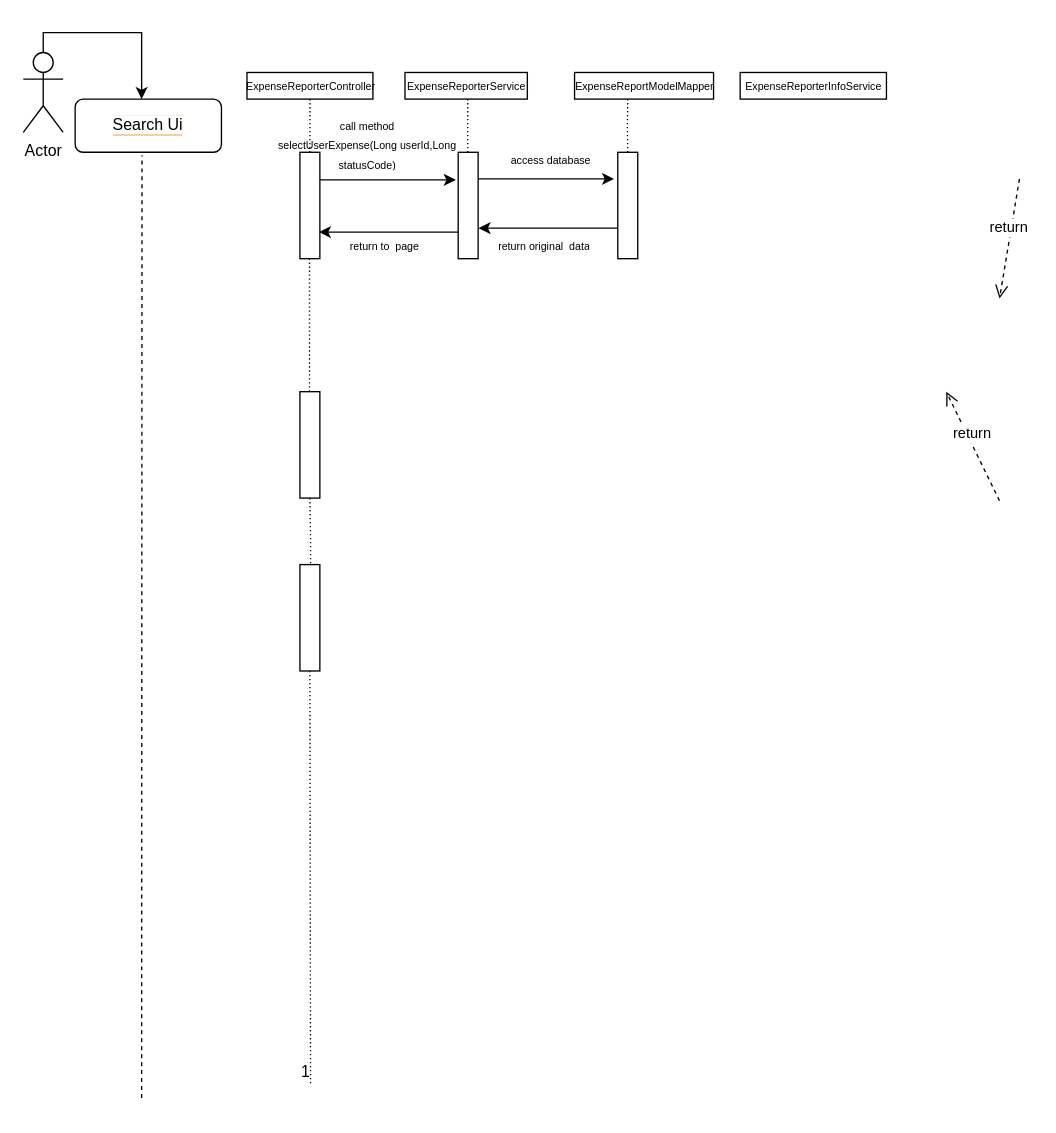
Steven-Chuang-Yuan/task keeps this draw.io diagram as Sequence Diagram.drawio. Above is the earlier version. Source tidied: cells renumbered, new cells numbered last; positions are measured from the earlier drawing's top-left corner, leaving out a move shared by most shapes. Both pictures are drawn from the tidied source at 133%, with x=0, y=0 at pixel (23, 32).
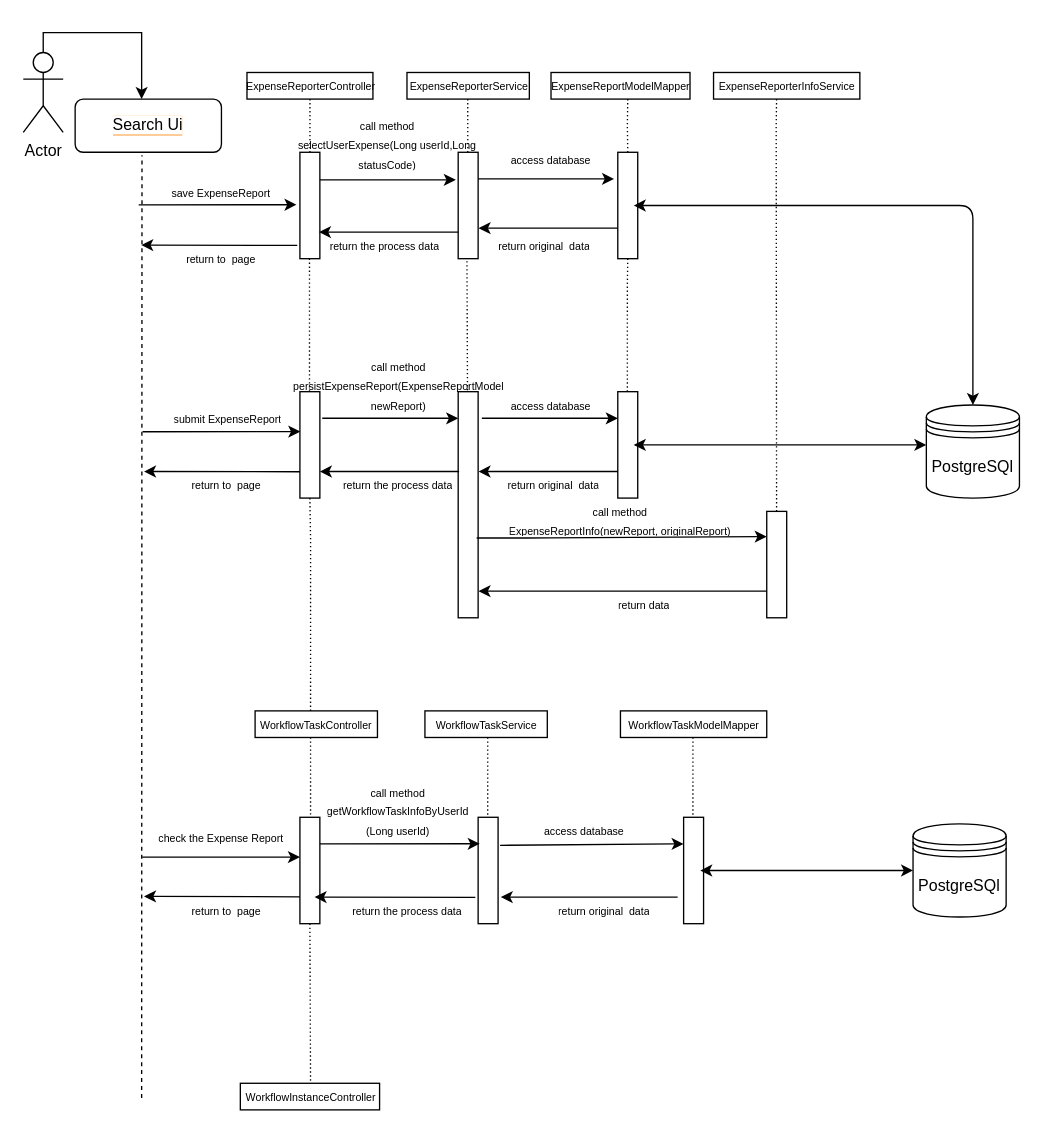
Above is the later version.

The change refers to these unchanged cells:
```xml
<mxCell id="7" style="endArrow=none;html=1;rounded=0;dashed=1;dashPattern=1 2;exitX=0.5;exitY=1;exitDx=0;exitDy=0;" parent="1" edge="1" source="14">
  <mxGeometry relative="1" as="geometry">
    <mxPoint x="216" y="790" as="targetPoint" />
  </mxGeometry>
</mxCell>
<mxCell id="19" style="points=[];perimeter=orthogonalPerimeter;rounded=0;shadow=0;strokeWidth=1;" parent="1" vertex="1">
  <mxGeometry x="208" y="90" width="15" height="80" as="geometry" />
</mxCell>
<mxCell id="25" style="points=[];perimeter=orthogonalPerimeter;rounded=0;shadow=0;strokeWidth=1;" parent="1" vertex="1">
  <mxGeometry x="327" y="90" width="15" height="80" as="geometry" />
</mxCell>
<mxCell id="29" style="points=[];perimeter=orthogonalPerimeter;rounded=0;shadow=0;strokeWidth=1;" parent="1" vertex="1">
  <mxGeometry x="447" y="90" width="15" height="80" as="geometry" />
</mxCell>
```

Change to the diagram source:
```diff
@@
-    <mxCell id="2" value="return" style="verticalAlign=bottom;endArrow=open;dashed=1;endSize=8;exitX=0;exitY=0.95;shadow=0;strokeWidth=1;" parent="1" edge="1">
-      <mxGeometry relative="1" as="geometry">
-        <mxPoint x="734" y="352" as="sourcePoint" />
-        <mxPoint x="694" y="270" as="targetPoint" />
-      </mxGeometry>
-    </mxCell>
-    <mxCell id="3" value="return" style="verticalAlign=bottom;endArrow=open;dashed=1;endSize=8;shadow=0;strokeWidth=1;" parent="1" edge="1">
-      <mxGeometry relative="1" as="geometry">
-        <mxPoint x="749" y="110" as="sourcePoint" />
-        <mxPoint x="734" y="200" as="targetPoint" />
-      </mxGeometry>
-    </mxCell>
@@
     <mxCell id="5" value="&lt;font style=&quot;font-size: 8px&quot;&gt;ExpenseReporterService&lt;/font&gt;" style="html=1;" parent="1" vertex="1">
-      <mxGeometry x="287" y="30" width="92" height="20" as="geometry" />
+      <mxGeometry x="288.5" y="30" width="92" height="20" as="geometry" />
     </mxCell>
     <mxCell id="6" value="&lt;font style=&quot;font-size: 8px&quot;&gt;ExpenseReportModelMapper&lt;/font&gt;" style="html=1;" parent="1" vertex="1">
-      <mxGeometry x="414.5" y="30" width="104.5" height="20" as="geometry" />
+      <mxGeometry x="396.8" y="30" width="104.5" height="20" as="geometry" />
     </mxCell>
@@
-    <mxCell id="8" value="1" style="html=1;align=right;verticalAlign=bottom;" parent="7" vertex="1">
+    <mxCell id="8" style="html=1;align=right;verticalAlign=bottom;" parent="7" vertex="1">
       <mxGeometry x="1" relative="1" as="geometry" />
     </mxCell>
@@
     <mxCell id="14" style="points=[];perimeter=orthogonalPerimeter;rounded=0;shadow=0;strokeWidth=1;" parent="1" vertex="1">
-      <mxGeometry x="208" y="400" width="15" height="80" as="geometry" />
+      <mxGeometry x="208" y="590" width="15" height="80" as="geometry" />
     </mxCell>
@@
     <mxCell id="22" value="&lt;font style=&quot;font-size: 8px&quot;&gt;ExpenseReporterInfoService&lt;/font&gt;" style="html=1;" parent="1" vertex="1">
-      <mxGeometry x="539" y="30" width="110" height="20" as="geometry" />
+      <mxGeometry x="519" y="30" width="110" height="20" as="geometry" />
     </mxCell>
@@
     <mxCell id="33" value="&lt;div&gt;&lt;font style=&quot;font-size: 8px&quot;&gt;call method &lt;br&gt;&lt;/font&gt;&lt;/div&gt;&lt;div&gt;&lt;font style=&quot;font-size: 8px&quot;&gt;selectUserExpense(Long userId,Long statusCode)&lt;/font&gt;&lt;/div&gt;" style="text;html=1;strokeColor=none;fillColor=none;align=center;verticalAlign=middle;whiteSpace=wrap;overflow=hidden;" parent="1" vertex="1">
-      <mxGeometry x="174.3" y="60" width="170" height="45" as="geometry" />
+      <mxGeometry x="189" y="60" width="170" height="45" as="geometry" />
     </mxCell>
@@
-    <mxCell id="38" value="&lt;font style=&quot;font-size: 8px&quot;&gt;return to&amp;nbsp; page&lt;br&gt;&lt;/font&gt;" style="text;html=1;strokeColor=none;fillColor=none;align=center;verticalAlign=middle;whiteSpace=wrap;overflow=hidden;" parent="1" vertex="1">
+    <mxCell id="38" value="&lt;font style=&quot;font-size: 8px&quot;&gt;return the process data&lt;br&gt;&lt;/font&gt;" style="text;html=1;strokeColor=none;fillColor=none;align=center;verticalAlign=middle;whiteSpace=wrap;overflow=hidden;" parent="1" vertex="1">
       <mxGeometry x="217" y="150" width="110" height="20" as="geometry" />
     </mxCell>
+    <mxCell id="39" style="points=[];perimeter=orthogonalPerimeter;rounded=0;shadow=0;strokeWidth=1;" parent="1" vertex="1">
+      <mxGeometry x="327" y="270" width="15" height="170" as="geometry" />
+    </mxCell>
+    <mxCell id="40" style="endArrow=classic;html=1;entryX=-0.12;entryY=0.259;entryDx=0;entryDy=0;entryPerimeter=0;" parent="1" edge="1">
+      <mxGeometry relative="1" as="geometry">
+        <mxPoint x="224.8" y="290" as="sourcePoint" />
+        <mxPoint x="327" y="290" as="targetPoint" />
+      </mxGeometry>
+    </mxCell>
+    <mxCell id="41" value="&lt;font style=&quot;font-size: 8px&quot;&gt;call method &lt;br&gt;persistExpenseReport(ExpenseReportModel newReport)&lt;/font&gt;" style="text;html=1;strokeColor=none;fillColor=none;align=center;verticalAlign=middle;whiteSpace=wrap;overflow=hidden;" parent="1" vertex="1">
+      <mxGeometry x="199" y="240" width="167" height="50" as="geometry" />
+    </mxCell>
+    <mxCell id="42" style="endArrow=none;html=1;rounded=0;dashed=1;dashPattern=1 2;exitX=0.44;exitY=1.024;exitDx=0;exitDy=0;exitPerimeter=0;entryX=0.467;entryY=0;entryDx=0;entryDy=0;entryPerimeter=0;" parent="1" edge="1" source="25" target="39">
+      <mxGeometry relative="1" as="geometry" />
+    </mxCell>
+    <mxCell id="43" style="html=1;align=right;verticalAlign=bottom;" parent="42" vertex="1">
+      <mxGeometry x="1" relative="1" as="geometry" />
+    </mxCell>
+    <mxCell id="44" style="endArrow=classic;html=1;entryX=1.022;entryY=0.713;entryDx=0;entryDy=0;entryPerimeter=0;exitX=0;exitY=0.713;exitDx=0;exitDy=0;exitPerimeter=0;" parent="1" edge="1">
+      <mxGeometry relative="1" as="geometry">
+        <mxPoint x="327.7" y="330" as="sourcePoint" />
+        <mxPoint x="223" y="330" as="targetPoint" />
+      </mxGeometry>
+    </mxCell>
+    <mxCell id="45" style="points=[];perimeter=orthogonalPerimeter;rounded=0;shadow=0;strokeWidth=1;" parent="1" vertex="1">
+      <mxGeometry x="447" y="270" width="15" height="80" as="geometry" />
+    </mxCell>
+    <mxCell id="46" style="endArrow=none;html=1;rounded=0;dashed=1;dashPattern=1 2;" parent="1" edge="1" target="45">
+      <mxGeometry relative="1" as="geometry">
+        <mxPoint x="454.5" y="170" as="sourcePoint" />
+        <Array as="points">
+          <mxPoint x="454.2" y="190" />
+        </Array>
+      </mxGeometry>
+    </mxCell>
+    <mxCell id="47" style="html=1;align=right;verticalAlign=bottom;" parent="46" vertex="1">
+      <mxGeometry x="1" relative="1" as="geometry" />
+    </mxCell>
+    <mxCell id="48" value="&lt;font style=&quot;font-size: 8px&quot;&gt;access database&lt;/font&gt;" style="text;html=1;strokeColor=none;fillColor=none;align=center;verticalAlign=middle;whiteSpace=wrap;overflow=hidden;" parent="1" vertex="1">
+      <mxGeometry x="357" y="270" width="80" height="20" as="geometry" />
+    </mxCell>
+    <mxCell id="49" style="endArrow=classic;html=1;entryX=-0.12;entryY=0.259;entryDx=0;entryDy=0;entryPerimeter=0;" parent="1" edge="1">
+      <mxGeometry relative="1" as="geometry">
+        <mxPoint x="344.8" y="290" as="sourcePoint" />
+        <mxPoint x="447" y="290" as="targetPoint" />
+        <Array as="points">
+          <mxPoint x="364.8" y="290" />
+          <mxPoint x="389.8" y="290" />
+        </Array>
+      </mxGeometry>
+    </mxCell>
+    <mxCell id="50" style="endArrow=classic;html=1;entryX=1.022;entryY=0.713;entryDx=0;entryDy=0;entryPerimeter=0;exitX=0;exitY=0.713;exitDx=0;exitDy=0;exitPerimeter=0;" parent="1" edge="1">
+      <mxGeometry relative="1" as="geometry">
+        <mxPoint x="447" y="330" as="sourcePoint" />
+        <mxPoint x="342.3" y="330" as="targetPoint" />
+      </mxGeometry>
+    </mxCell>
+    <mxCell id="51" value="&lt;font style=&quot;font-size: 8px&quot;&gt;return original&amp;nbsp; data&lt;/font&gt;" style="text;html=1;strokeColor=none;fillColor=none;align=center;verticalAlign=middle;whiteSpace=wrap;overflow=hidden;" parent="1" vertex="1">
+      <mxGeometry x="344.3" y="330" width="110" height="20" as="geometry" />
+    </mxCell>
+    <mxCell id="52" style="endArrow=none;html=1;rounded=0;dashed=1;dashPattern=1 2;exitX=0.5;exitY=1;exitDx=0;exitDy=0;" parent="1" edge="1">
+      <mxGeometry relative="1" as="geometry">
+        <mxPoint x="566.4" y="50" as="sourcePoint" />
+        <mxPoint x="566.4" y="360" as="targetPoint" />
+        <Array as="points">
+          <mxPoint x="566.1" y="70" />
+        </Array>
+      </mxGeometry>
+    </mxCell>
+    <mxCell id="53" style="html=1;align=right;verticalAlign=bottom;" parent="52" vertex="1">
+      <mxGeometry x="1" relative="1" as="geometry" />
+    </mxCell>
+    <mxCell id="54" style="perimeter=orthogonalPerimeter;rounded=0;shadow=0;strokeWidth=1;" parent="1" vertex="1">
+      <mxGeometry x="559" y="360" width="15" height="80" as="geometry" />
+    </mxCell>
+    <mxCell id="55" style="endArrow=classic;html=1;" parent="1" edge="1">
+      <mxGeometry relative="1" as="geometry">
+        <mxPoint x="340.9" y="380" as="sourcePoint" />
+        <mxPoint x="559" y="379" as="targetPoint" />
+        <Array as="points">
+          <mxPoint x="360.9" y="380" />
+          <mxPoint x="385.9" y="380" />
+        </Array>
+      </mxGeometry>
+    </mxCell>
+    <mxCell id="56" value="&lt;font style=&quot;font-size: 8px&quot;&gt;call method&lt;br&gt;ExpenseReportInfo(newReport, originalReport)&lt;/font&gt;" style="text;html=1;strokeColor=none;fillColor=none;align=center;verticalAlign=middle;whiteSpace=wrap;overflow=hidden;" parent="1" vertex="1">
+      <mxGeometry x="359" y="350" width="180" height="30" as="geometry" />
+    </mxCell>
+    <mxCell id="57" style="endArrow=classic;html=1;entryX=1.022;entryY=0.713;entryDx=0;entryDy=0;entryPerimeter=0;" parent="1" edge="1">
+      <mxGeometry relative="1" as="geometry">
+        <mxPoint x="559" y="420" as="sourcePoint" />
+        <mxPoint x="342.3" y="420" as="targetPoint" />
+      </mxGeometry>
+    </mxCell>
+    <mxCell id="58" value="&lt;font style=&quot;font-size: 8px&quot;&gt;return data&lt;/font&gt;" style="text;html=1;strokeColor=none;fillColor=none;align=center;verticalAlign=middle;whiteSpace=wrap;overflow=hidden;" parent="1" vertex="1">
+      <mxGeometry x="425.8" y="420" width="82" height="20" as="geometry" />
+    </mxCell>
+    <mxCell id="59" value="PostgreSQl" style="shape=datastore;whiteSpace=wrap;html=1;" parent="1" vertex="1">
+      <mxGeometry x="679" y="280" width="70" height="70" as="geometry" />
+    </mxCell>
+    <mxCell id="60" style="endArrow=classic;startArrow=classic;html=1;exitX=0.8;exitY=0.5;exitDx=0;exitDy=0;exitPerimeter=0;entryX=0.5;entryY=0;entryDx=0;entryDy=0;" parent="1" edge="1" source="29" target="59">
+      <mxGeometry relative="1" as="geometry">
+        <Array as="points">
+          <mxPoint x="714" y="130" />
+        </Array>
+      </mxGeometry>
+    </mxCell>
+    <mxCell id="61" style="endArrow=classic;startArrow=classic;html=1;entryX=0.8;entryY=0.5;entryDx=0;entryDy=0;entryPerimeter=0;exitX=0;exitY=0.429;exitDx=0;exitDy=0;exitPerimeter=0;" parent="1" edge="1" source="59" target="45">
+      <mxGeometry relative="1" as="geometry" />
+    </mxCell>
+    <mxCell id="62" value="&lt;span style=&quot;font-size: 8px&quot;&gt;WorkflowTaskController&lt;/span&gt;" style="html=1;" parent="1" vertex="1">
+      <mxGeometry x="174.3" y="510" width="92" height="20" as="geometry" />
+    </mxCell>
+    <mxCell id="63" value="&lt;span style=&quot;font-size: 8px&quot;&gt;WorkflowTaskService&lt;/span&gt;" style="html=1;" parent="1" vertex="1">
+      <mxGeometry x="302" y="510" width="92" height="20" as="geometry" />
+    </mxCell>
+    <mxCell id="64" value="&lt;font style=&quot;font-size: 8px&quot;&gt;call method&lt;br&gt;getWorkflowTaskInfoByUserId&lt;br&gt;(Long userId)&lt;/font&gt;" style="text;html=1;strokeColor=none;fillColor=none;align=center;verticalAlign=middle;whiteSpace=wrap;overflow=hidden;" parent="1" vertex="1">
+      <mxGeometry x="193.4" y="560" width="178.2" height="50" as="geometry" />
+    </mxCell>
+    <mxCell id="65" value="&lt;font style=&quot;font-size: 8px&quot;&gt;return to&amp;nbsp; page&lt;br&gt;&lt;/font&gt;" style="text;html=1;strokeColor=none;fillColor=none;align=center;verticalAlign=middle;whiteSpace=wrap;overflow=hidden;" parent="1" vertex="1">
+      <mxGeometry x="94" y="160" width="110" height="20" as="geometry" />
+    </mxCell>
+    <mxCell id="66" style="endArrow=classic;html=1;entryX=0.733;entryY=0.75;entryDx=0;entryDy=0;entryPerimeter=0;exitX=-0.14;exitY=0.753;exitDx=0;exitDy=0;exitPerimeter=0;" parent="1" edge="1" source="67" target="14">
+      <mxGeometry relative="1" as="geometry" />
+    </mxCell>
+    <mxCell id="67" style="points=[];perimeter=orthogonalPerimeter;rounded=0;shadow=0;strokeWidth=1;" parent="1" vertex="1">
+      <mxGeometry x="342" y="590" width="15" height="80" as="geometry" />
+    </mxCell>
+    <mxCell id="68" style="endArrow=classic;html=1;entryX=0.08;entryY=0.249;entryDx=0;entryDy=0;entryPerimeter=0;" parent="1" edge="1" target="67">
+      <mxGeometry relative="1" as="geometry">
+        <mxPoint x="223" y="610" as="sourcePoint" />
+      </mxGeometry>
+    </mxCell>
+    <mxCell id="69" style="endArrow=none;html=1;rounded=0;dashed=1;dashPattern=1 2;exitX=0.44;exitY=1.024;exitDx=0;exitDy=0;exitPerimeter=0;" parent="1" edge="1" target="67">
+      <mxGeometry relative="1" as="geometry">
+        <mxPoint x="349.2" y="530" as="sourcePoint" />
+      </mxGeometry>
+    </mxCell>
+    <mxCell id="70" style="html=1;align=right;verticalAlign=bottom;" parent="69" vertex="1">
+      <mxGeometry x="1" relative="1" as="geometry" />
+    </mxCell>
+    <mxCell id="71" value="&lt;span style=&quot;font-size: 8px&quot;&gt;WorkflowTaskModelMapper&lt;/span&gt;" style="html=1;" parent="1" vertex="1">
+      <mxGeometry x="449" y="510" width="110" height="20" as="geometry" />
+    </mxCell>
+    <mxCell id="72" style="perimeter=orthogonalPerimeter;rounded=0;shadow=0;strokeWidth=1;" parent="1" vertex="1">
+      <mxGeometry x="496.5" y="590" width="15" height="80" as="geometry" />
+    </mxCell>
+    <mxCell id="73" style="endArrow=none;html=1;rounded=0;dashed=1;dashPattern=1 2;exitX=0.44;exitY=1.024;exitDx=0;exitDy=0;exitPerimeter=0;" parent="1" edge="1">
+      <mxGeometry relative="1" as="geometry">
+        <mxPoint x="503.5" y="530" as="sourcePoint" />
+        <mxPoint x="503.5" y="590" as="targetPoint" />
+      </mxGeometry>
+    </mxCell>
+    <mxCell id="74" style="html=1;align=right;verticalAlign=bottom;" parent="73" vertex="1">
+      <mxGeometry x="1" relative="1" as="geometry" />
+    </mxCell>
+    <mxCell id="75" style="endArrow=classic;html=1;" parent="1" edge="1">
+      <mxGeometry relative="1" as="geometry">
+        <mxPoint x="358.5" y="611.1" as="sourcePoint" />
+        <mxPoint x="496.5" y="610" as="targetPoint" />
+      </mxGeometry>
+    </mxCell>
+    <mxCell id="76" value="&lt;font style=&quot;font-size: 8px&quot;&gt;access database&lt;/font&gt;" style="text;html=1;strokeColor=none;fillColor=none;align=center;verticalAlign=middle;whiteSpace=wrap;overflow=hidden;" parent="1" vertex="1">
+      <mxGeometry x="382" y="590" width="80" height="20" as="geometry" />
+    </mxCell>
+    <mxCell id="77" value="&lt;font style=&quot;font-size: 8px&quot;&gt;return original&amp;nbsp; data&lt;/font&gt;" style="text;html=1;strokeColor=none;fillColor=none;align=center;verticalAlign=middle;whiteSpace=wrap;overflow=hidden;" parent="1" vertex="1">
+      <mxGeometry x="382" y="650" width="110" height="20" as="geometry" />
+    </mxCell>
+    <mxCell id="78" style="endArrow=classic;html=1;entryX=0.733;entryY=0.75;entryDx=0;entryDy=0;entryPerimeter=0;exitX=1;exitY=0;exitDx=0;exitDy=0;" parent="1" edge="1" source="77">
+      <mxGeometry relative="1" as="geometry">
+        <mxPoint x="359" y="650" as="targetPoint" />
+      </mxGeometry>
+    </mxCell>
+    <mxCell id="79" value="PostgreSQl" style="shape=datastore;whiteSpace=wrap;html=1;" parent="1" vertex="1">
+      <mxGeometry x="669" y="595" width="70" height="70" as="geometry" />
+    </mxCell>
+    <mxCell id="80" style="endArrow=classic;startArrow=classic;html=1;" parent="1" edge="1">
+      <mxGeometry relative="1" as="geometry">
+        <mxPoint x="669" y="630" as="sourcePoint" />
+        <mxPoint x="509" y="630" as="targetPoint" />
+      </mxGeometry>
+    </mxCell>
+    <mxCell id="81" style="endArrow=classic;html=1;entryX=-0.173;entryY=0.493;entryDx=0;entryDy=0;entryPerimeter=0;" parent="1" edge="1" target="19">
+      <mxGeometry relative="1" as="geometry">
+        <mxPoint x="86.8" y="129.5" as="sourcePoint" />
+      </mxGeometry>
+    </mxCell>
+    <mxCell id="82" value="&lt;font style=&quot;font-size: 8px&quot;&gt;save ExpenseReport&lt;/font&gt;" style="text;html=1;strokeColor=none;fillColor=none;align=center;verticalAlign=middle;whiteSpace=wrap;overflow=hidden;" parent="1" vertex="1">
+      <mxGeometry x="109" y="110" width="80" height="20" as="geometry" />
+    </mxCell>
+    <mxCell id="83" style="endArrow=classic;html=1;entryX=1.022;entryY=0.713;entryDx=0;entryDy=0;entryPerimeter=0;" parent="1" edge="1">
+      <mxGeometry relative="1" as="geometry">
+        <mxPoint x="206" y="160" as="sourcePoint" />
+        <mxPoint x="88.7" y="159.8" as="targetPoint" />
+      </mxGeometry>
+    </mxCell>
+    <mxCell id="84" value="&lt;font style=&quot;font-size: 8px&quot;&gt;return the process data&lt;br&gt;&lt;/font&gt;" style="text;html=1;strokeColor=none;fillColor=none;align=center;verticalAlign=middle;whiteSpace=wrap;overflow=hidden;" parent="1" vertex="1">
+      <mxGeometry x="227" y="330" width="110" height="20" as="geometry" />
+    </mxCell>
+    <mxCell id="85" value="&lt;font style=&quot;font-size: 8px&quot;&gt;return the process data&lt;br&gt;&lt;/font&gt;" style="text;html=1;strokeColor=none;fillColor=none;align=center;verticalAlign=middle;whiteSpace=wrap;overflow=hidden;" parent="1" vertex="1">
+      <mxGeometry x="234.3" y="650" width="110" height="20" as="geometry" />
+    </mxCell>
+    <mxCell id="86" style="endArrow=classic;html=1;entryX=-0.173;entryY=0.493;entryDx=0;entryDy=0;entryPerimeter=0;" parent="1" edge="1">
+      <mxGeometry relative="1" as="geometry">
+        <mxPoint x="89.7" y="300.1" as="sourcePoint" />
+        <mxPoint x="208.3" y="300" as="targetPoint" />
+      </mxGeometry>
+    </mxCell>
+    <mxCell id="87" style="endArrow=classic;html=1;entryX=-0.173;entryY=0.493;entryDx=0;entryDy=0;entryPerimeter=0;" parent="1" edge="1">
+      <mxGeometry relative="1" as="geometry">
+        <mxPoint x="89.4" y="620" as="sourcePoint" />
+        <mxPoint x="208" y="619.9" as="targetPoint" />
+      </mxGeometry>
+    </mxCell>
+    <mxCell id="88" style="endArrow=classic;html=1;entryX=1.022;entryY=0.713;entryDx=0;entryDy=0;entryPerimeter=0;" parent="1" edge="1">
+      <mxGeometry relative="1" as="geometry">
+        <mxPoint x="208" y="330.2" as="sourcePoint" />
+        <mxPoint x="90.8" y="330" as="targetPoint" />
+      </mxGeometry>
+    </mxCell>
+    <mxCell id="89" style="endArrow=classic;html=1;entryX=1.022;entryY=0.713;entryDx=0;entryDy=0;entryPerimeter=0;" parent="1" edge="1">
+      <mxGeometry relative="1" as="geometry">
+        <mxPoint x="208" y="649.8" as="sourcePoint" />
+        <mxPoint x="90.8" y="649.5" as="targetPoint" />
+      </mxGeometry>
+    </mxCell>
+    <mxCell id="90" value="&lt;font style=&quot;font-size: 8px&quot;&gt;return to&amp;nbsp; page&lt;br&gt;&lt;/font&gt;" style="text;html=1;strokeColor=none;fillColor=none;align=center;verticalAlign=middle;whiteSpace=wrap;overflow=hidden;" parent="1" vertex="1">
+      <mxGeometry x="98" y="330" width="110" height="20" as="geometry" />
+    </mxCell>
+    <mxCell id="91" value="&lt;font style=&quot;font-size: 8px&quot;&gt;return to&amp;nbsp; page&lt;br&gt;&lt;/font&gt;" style="text;html=1;strokeColor=none;fillColor=none;align=center;verticalAlign=middle;whiteSpace=wrap;overflow=hidden;" parent="1" vertex="1">
+      <mxGeometry x="98" y="650" width="110" height="20" as="geometry" />
+    </mxCell>
+    <mxCell id="92" value="&lt;font style=&quot;font-size: 8px&quot;&gt;submit ExpenseReport&lt;/font&gt;" style="text;html=1;strokeColor=none;fillColor=none;align=center;verticalAlign=middle;whiteSpace=wrap;overflow=hidden;" parent="1" vertex="1">
+      <mxGeometry x="109" y="280" width="90" height="20" as="geometry" />
+    </mxCell>
+    <mxCell id="93" value="&lt;span style=&quot;font-size: 8px&quot;&gt;check the Expense Report&lt;/span&gt;" style="text;html=1;strokeColor=none;fillColor=none;align=center;verticalAlign=middle;whiteSpace=wrap;overflow=hidden;" parent="1" vertex="1">
+      <mxGeometry x="99" y="595" width="100" height="20" as="geometry" />
+    </mxCell>
+    <mxCell id="94" value="&lt;span style=&quot;font-size: 8px&quot;&gt;WorkflowInstanceController&lt;/span&gt;" style="html=1;" parent="1" vertex="1">
+      <mxGeometry x="163.2" y="790" width="104.7" height="20" as="geometry" />
+    </mxCell>
```
